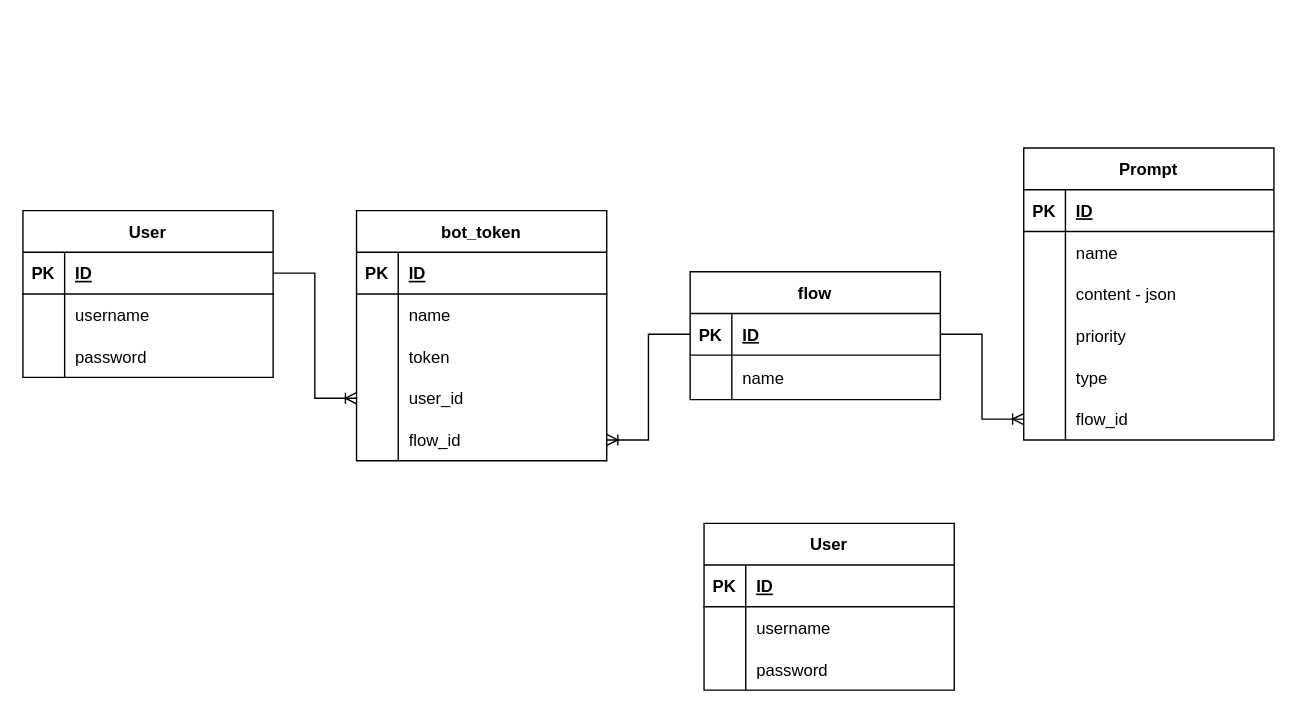
Earlier version of the draw.io diagram AI ERD.drawio (andrew-atef/andrew-atef). Source tidied: cells renumbered, new cells numbered last; positions are measured from the earlier drawing's top-left corner, leaving out a move shared by most shapes. Both pictures are drawn from the tidied source at 139%, with x=0, y=0 at pixel (22, 147).
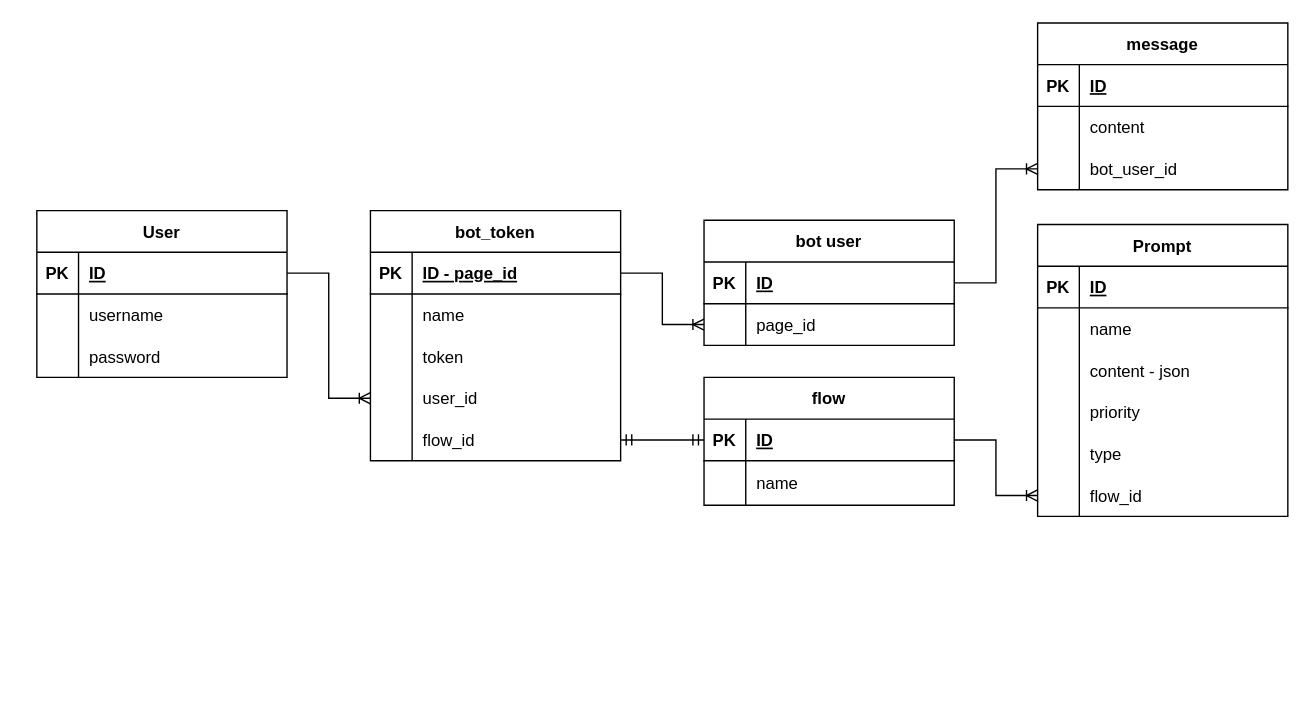
Above is the later version.

Unchanged cells that the change refers to:
```xml
<mxCell id="32" style="shape=tableRow;horizontal=0;startSize=0;swimlaneHead=0;swimlaneBody=0;fillColor=none;points=[[0,0.5],[1,0.5]];portConstraint=eastwest;top=0;left=0;right=0;bottom=1;" parent="31" vertex="1">
  <mxGeometry y="30" width="180" height="30" as="geometry" />
</mxCell>
<mxCell id="40" style="shape=tableRow;horizontal=0;startSize=0;swimlaneHead=0;swimlaneBody=0;fillColor=none;points=[[0,0.5],[1,0.5]];portConstraint=eastwest;top=0;left=0;right=0;bottom=1;" parent="39" vertex="1">
  <mxGeometry y="30" width="180" height="30" as="geometry" />
</mxCell>
<mxCell id="52" style="shape=tableRow;horizontal=0;startSize=0;swimlaneHead=0;swimlaneBody=0;fillColor=none;points=[[0,0.5],[1,0.5]];portConstraint=eastwest;top=0;left=0;right=0;bottom=0;" parent="39" vertex="1">
  <mxGeometry y="150" width="180" height="30" as="geometry" />
</mxCell>
<mxCell id="58" style="shape=tableRow;horizontal=0;startSize=0;swimlaneHead=0;swimlaneBody=0;fillColor=none;points=[[0,0.5],[1,0.5]];portConstraint=eastwest;top=0;left=0;right=0;bottom=1;" parent="57" vertex="1">
  <mxGeometry y="30" width="180" height="30" as="geometry" />
</mxCell>
```

The edit, as a diff of the source:
```diff
@@
     <mxCell id="2" value="User" style="shape=table;startSize=30;childLayout=tableLayout;rowLines=0;fontStyle=1;align=center;" parent="1" vertex="1">
-      <mxGeometry y="45" width="180" height="120" as="geometry" />
+      <mxGeometry x="10" y="45" width="180" height="120" as="geometry" />
     </mxCell>
@@
     <mxCell id="12" value="Prompt" style="shape=table;startSize=30;childLayout=tableLayout;rowLines=0;fontStyle=1;align=center;" parent="1" vertex="1">
-      <mxGeometry x="720" width="180" height="210" as="geometry" />
+      <mxGeometry x="730" y="55" width="180" height="210" as="geometry" />
     </mxCell>
@@
     <mxCell id="31" value="flow" style="shape=table;startSize=30;childLayout=tableLayout;rowLines=0;fontStyle=1;align=center;" parent="1" vertex="1">
-      <mxGeometry x="480" y="89" width="180" height="92" as="geometry" />
+      <mxGeometry x="490" y="165" width="180" height="92" as="geometry" />
     </mxCell>
@@
     <mxCell id="39" value="bot_token" style="shape=table;startSize=30;childLayout=tableLayout;rowLines=0;fontStyle=1;align=center;" parent="1" vertex="1">
-      <mxGeometry x="240" y="45" width="180" height="180" as="geometry" />
+      <mxGeometry x="250" y="45" width="180" height="180" as="geometry" />
     </mxCell>
@@
-    <mxCell id="42" value="ID" style="shape=partialRectangle;fillColor=none;top=0;left=0;bottom=0;right=0;align=left;spacingLeft=6;fontStyle=5;overflow=hidden;" parent="40" vertex="1">
+    <mxCell id="42" value="ID - page_id" style="shape=partialRectangle;fillColor=none;top=0;left=0;bottom=0;right=0;align=left;spacingLeft=6;fontStyle=5;overflow=hidden;" parent="40" vertex="1">
       <mxGeometry x="30" width="150" height="30" as="geometry" />
     </mxCell>
@@
-    <mxCell id="56" style="edgeStyle=entityRelationEdgeStyle;fontSize=12;html=1;endArrow=ERoneToMany;rounded=0;exitX=0;exitY=0.5;exitDx=0;exitDy=0;entryX=1;entryY=0.5;entryDx=0;entryDy=0;" parent="1" edge="1" source="32" target="52">
-      <mxGeometry relative="1" as="geometry" />
-    </mxCell>
-    <mxCell id="57" value="User" style="shape=table;startSize=30;childLayout=tableLayout;rowLines=0;fontStyle=1;align=center;" parent="1" vertex="1">
-      <mxGeometry x="490" y="270" width="180" height="120" as="geometry" />
+    <mxCell id="57" value="bot user" style="shape=table;startSize=30;childLayout=tableLayout;rowLines=0;fontStyle=1;align=center;" parent="1" vertex="1">
+      <mxGeometry x="490" y="52" width="180" height="90" as="geometry" />
     </mxCell>
@@
-    <mxCell id="61" style="shape=tableRow;horizontal=0;startSize=0;swimlaneHead=0;swimlaneBody=0;fillColor=none;top=0;left=0;right=0;bottom=0;" parent="57" vertex="1">
-      <mxGeometry y="60" width="180" height="30" as="geometry" />
-    </mxCell>
-    <mxCell id="62" style="shape=partialRectangle;fillColor=none;top=0;left=0;bottom=0;right=0;overflow=hidden;" parent="61" vertex="1">
-      <mxGeometry width="30" height="30" as="geometry" />
-    </mxCell>
-    <mxCell id="63" value="username" style="shape=partialRectangle;fillColor=none;top=0;left=0;bottom=0;right=0;align=left;spacingLeft=6;overflow=hidden;" parent="61" vertex="1">
-      <mxGeometry x="30" width="150" height="30" as="geometry" />
-    </mxCell>
     <mxCell id="64" style="shape=tableRow;horizontal=0;startSize=0;swimlaneHead=0;swimlaneBody=0;fillColor=none;points=[[0,0.5],[1,0.5]];portConstraint=eastwest;top=0;left=0;right=0;bottom=0;" parent="57" vertex="1">
-      <mxGeometry y="90" width="180" height="30" as="geometry" />
+      <mxGeometry y="60" width="180" height="30" as="geometry" />
     </mxCell>
@@
-    <mxCell id="66" value="password" style="shape=partialRectangle;fillColor=none;top=0;left=0;bottom=0;right=0;align=left;spacingLeft=6;overflow=hidden;" parent="64" vertex="1">
+    <mxCell id="66" value="page_id" style="shape=partialRectangle;fillColor=none;top=0;left=0;bottom=0;right=0;align=left;spacingLeft=6;overflow=hidden;" parent="64" vertex="1">
       <mxGeometry x="30" width="150" height="30" as="geometry" />
     </mxCell>
+    <mxCell id="67" style="edgeStyle=entityRelationEdgeStyle;fontSize=12;html=1;endArrow=ERoneToMany;rounded=0;exitX=1;exitY=0.5;exitDx=0;exitDy=0;entryX=0;entryY=0.5;entryDx=0;entryDy=0;" parent="1" edge="1" source="40" target="64">
+      <mxGeometry relative="1" as="geometry" />
+    </mxCell>
+    <mxCell id="68" value="message" style="shape=table;startSize=30;childLayout=tableLayout;rowLines=0;fontStyle=1;align=center;" parent="1" vertex="1">
+      <mxGeometry x="730" y="-90" width="180" height="120" as="geometry" />
+    </mxCell>
+    <mxCell id="69" style="shape=tableRow;horizontal=0;startSize=0;swimlaneHead=0;swimlaneBody=0;fillColor=none;top=0;left=0;right=0;bottom=1;" parent="68" vertex="1">
+      <mxGeometry y="30" width="180" height="30" as="geometry" />
+    </mxCell>
+    <mxCell id="70" value="PK" style="shape=partialRectangle;fillColor=none;top=0;left=0;bottom=0;right=0;fontStyle=1;overflow=hidden;" parent="69" vertex="1">
+      <mxGeometry width="30" height="30" as="geometry" />
+    </mxCell>
+    <mxCell id="71" value="ID" style="shape=partialRectangle;fillColor=none;top=0;left=0;bottom=0;right=0;align=left;spacingLeft=6;fontStyle=5;overflow=hidden;" parent="69" vertex="1">
+      <mxGeometry x="30" width="150" height="30" as="geometry" />
+    </mxCell>
+    <mxCell id="61" style="shape=tableRow;horizontal=0;startSize=0;swimlaneHead=0;swimlaneBody=0;fillColor=none;top=0;left=0;right=0;bottom=0;" parent="68" vertex="1">
+      <mxGeometry y="60" width="180" height="30" as="geometry" />
+    </mxCell>
+    <mxCell id="72" style="shape=partialRectangle;fillColor=none;top=0;left=0;bottom=0;right=0;overflow=hidden;" parent="61" vertex="1">
+      <mxGeometry width="30" height="30" as="geometry" />
+    </mxCell>
+    <mxCell id="73" value="content" style="shape=partialRectangle;fillColor=none;top=0;left=0;bottom=0;right=0;align=left;spacingLeft=6;overflow=hidden;" parent="61" vertex="1">
+      <mxGeometry x="30" width="150" height="30" as="geometry" />
+    </mxCell>
+    <mxCell id="74" style="shape=tableRow;horizontal=0;startSize=0;swimlaneHead=0;swimlaneBody=0;fillColor=none;points=[[0,0.5],[1,0.5]];portConstraint=eastwest;top=0;left=0;right=0;bottom=0;" parent="68" vertex="1">
+      <mxGeometry y="90" width="180" height="30" as="geometry" />
+    </mxCell>
+    <mxCell id="75" style="shape=partialRectangle;fillColor=none;top=0;left=0;bottom=0;right=0;overflow=hidden;" parent="74" vertex="1">
+      <mxGeometry width="30" height="30" as="geometry" />
+    </mxCell>
+    <mxCell id="76" value="bot_user_id" style="shape=partialRectangle;fillColor=none;top=0;left=0;bottom=0;right=0;align=left;spacingLeft=6;overflow=hidden;" parent="74" vertex="1">
+      <mxGeometry x="30" width="150" height="30" as="geometry" />
+    </mxCell>
+    <mxCell id="77" style="edgeStyle=entityRelationEdgeStyle;fontSize=12;html=1;endArrow=ERoneToMany;rounded=0;exitX=1;exitY=0.5;exitDx=0;exitDy=0;entryX=0;entryY=0.5;entryDx=0;entryDy=0;" parent="1" edge="1" source="58" target="74">
+      <mxGeometry relative="1" as="geometry" />
+    </mxCell>
+    <mxCell id="78" style="edgeStyle=entityRelationEdgeStyle;fontSize=12;html=1;endArrow=ERmandOne;startArrow=ERmandOne;rounded=0;exitX=1;exitY=0.5;exitDx=0;exitDy=0;entryX=0;entryY=0.5;entryDx=0;entryDy=0;" parent="1" edge="1" source="52" target="32">
+      <mxGeometry relative="1" as="geometry" />
+    </mxCell>
```
